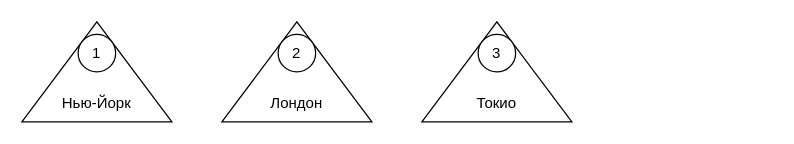
Earlier version of the draw.io diagram page "City" (4 of 8) of dbMusicW.drawio (anngritsuk/Graph-database). Source tidied: cells renumbered, new cells numbered last; positions are measured from the earlier drawing's top-left corner, leaving out a move shared by most shapes. Both pictures are drawn from the tidied source at 125%, with x=0, y=0 at pixel (46, -4).
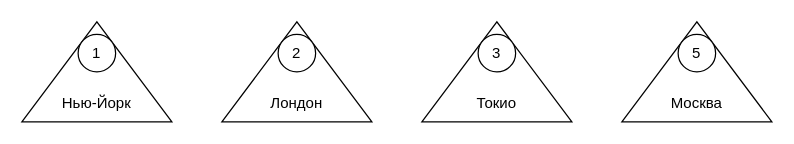
After the change.

Diff of the diagram source:
```diff
@@
 <mxGraphModel>
   <root>
     <mxCell id="0" />
     <mxCell id="1" parent="0" />
     <mxCell id="2" style="triangle;whiteSpace=wrap;html=1;rotation=-90;" parent="1" vertex="1">
       <mxGeometry width="80" height="120" as="geometry" />
     </mxCell>
     <mxCell id="3" style="ellipse;whiteSpace=wrap;html=1;" parent="1" vertex="1">
       <mxGeometry x="25" y="30" width="30" height="30" as="geometry" />
     </mxCell>
     <mxCell id="4" value="1" style="text;html=1;align=center;verticalAlign=middle;whiteSpace=wrap;rounded=0;" parent="1" vertex="1">
       <mxGeometry x="25" y="35" width="30" height="20" as="geometry" />
     </mxCell>
     <mxCell id="5" style="triangle;whiteSpace=wrap;html=1;rotation=-90;" parent="1" vertex="1">
       <mxGeometry x="160" width="80" height="120" as="geometry" />
     </mxCell>
     <mxCell id="6" style="ellipse;whiteSpace=wrap;html=1;" parent="1" vertex="1">
       <mxGeometry x="185" y="30" width="30" height="30" as="geometry" />
     </mxCell>
     <mxCell id="7" value="2" style="text;html=1;align=center;verticalAlign=middle;whiteSpace=wrap;rounded=0;" parent="1" vertex="1">
       <mxGeometry x="185" y="35" width="30" height="20" as="geometry" />
     </mxCell>
     <mxCell id="8" style="triangle;whiteSpace=wrap;html=1;rotation=-90;" parent="1" vertex="1">
       <mxGeometry x="320" width="80" height="120" as="geometry" />
     </mxCell>
     <mxCell id="9" style="ellipse;whiteSpace=wrap;html=1;" parent="1" vertex="1">
       <mxGeometry x="345" y="30" width="30" height="30" as="geometry" />
     </mxCell>
     <mxCell id="10" value="3" style="text;html=1;align=center;verticalAlign=middle;whiteSpace=wrap;rounded=0;" parent="1" vertex="1">
       <mxGeometry x="345" y="35" width="30" height="20" as="geometry" />
     </mxCell>
     <mxCell id="11" value="&lt;font style=&quot;font-size: 12px;&quot;&gt;Нью-Йорк&lt;/font&gt;" style="text;html=1;align=center;verticalAlign=middle;whiteSpace=wrap;rounded=0;" parent="1" vertex="1">
       <mxGeometry x="10" y="70" width="60" height="30" as="geometry" />
     </mxCell>
     <mxCell id="12" value="Лондон" style="text;html=1;align=center;verticalAlign=middle;whiteSpace=wrap;rounded=0;" parent="1" vertex="1">
       <mxGeometry x="170" y="70" width="60" height="30" as="geometry" />
     </mxCell>
     <mxCell id="13" value="Токио" style="text;html=1;align=center;verticalAlign=middle;whiteSpace=wrap;rounded=0;" parent="1" vertex="1">
       <mxGeometry x="330" y="70" width="60" height="30" as="geometry" />
     </mxCell>
+    <mxCell id="14" style="triangle;whiteSpace=wrap;html=1;rotation=-90;" parent="1" vertex="1">
+      <mxGeometry x="480" width="80" height="120" as="geometry" />
+    </mxCell>
+    <mxCell id="15" style="ellipse;whiteSpace=wrap;html=1;" parent="1" vertex="1">
+      <mxGeometry x="505" y="30" width="30" height="30" as="geometry" />
+    </mxCell>
+    <mxCell id="16" value="5" style="text;html=1;align=center;verticalAlign=middle;whiteSpace=wrap;rounded=0;" parent="1" vertex="1">
+      <mxGeometry x="505" y="35" width="30" height="20" as="geometry" />
+    </mxCell>
+    <mxCell id="17" value="Москва" style="text;html=1;align=center;verticalAlign=middle;whiteSpace=wrap;rounded=0;" parent="1" vertex="1">
+      <mxGeometry x="490" y="70" width="60" height="30" as="geometry" />
+    </mxCell>
   </root>
 </mxGraphModel>
```
